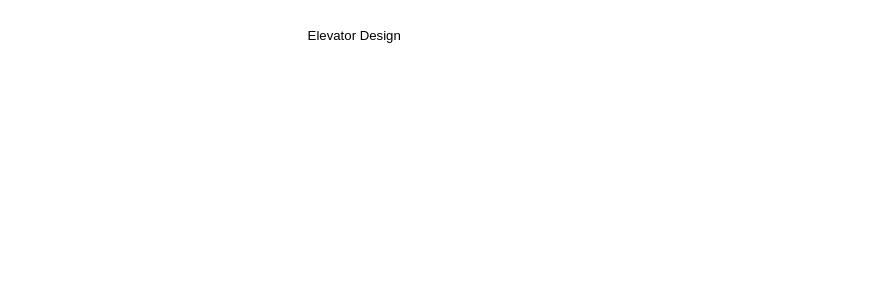
Above: Untitled Diagram.drawio in vennamurthy/elevator-desgin (draw.io), before the change. Source tidied: cells renumbered, new cells numbered last; positions are measured from the earlier drawing's top-left corner, leaving out a move shared by most shapes. Both pictures are drawn from the tidied source at 110%, with x=0, y=0 at pixel (272, 19). Pictures stored in the file or linked from it are replaced by grey dashed boxes.
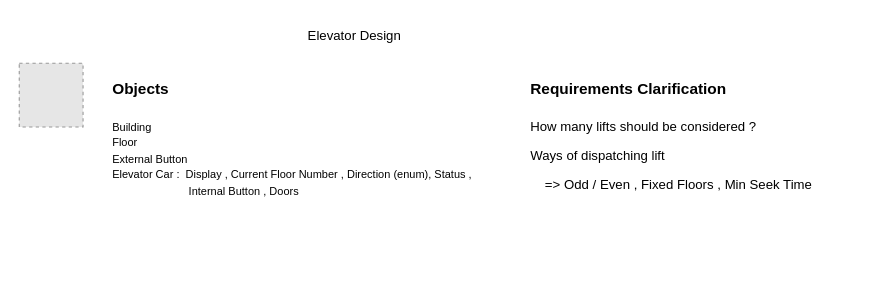
The same diagram, later.

Diff of the diagram source:
```diff
@@
 <mxGraphModel>
   <root>
     <mxCell id="0" />
     <mxCell id="1" parent="0" />
     <mxCell id="2" value="Elevator Design" style="text;html=1;strokeColor=none;fillColor=none;align=center;verticalAlign=middle;whiteSpace=wrap;rounded=0;" parent="1" vertex="1">
       <mxGeometry width="150" height="30" as="geometry" />
     </mxCell>
+    <mxCell id="3" style="fillColor=#E6E6E6;strokeColor=#999999;dashed=1;html=1;verticalAlign=top;verticalLabelPosition=bottom;labelBackgroundColor=#ffffff;" parent="1" vertex="1">
+      <mxGeometry x="-230" y="40" width="58" height="58" as="geometry" />
+    </mxCell>
+    <mxCell id="4" value="&lt;h1&gt;&lt;font style=&quot;font-size: 14px;&quot;&gt;Requirements Clarification&lt;/font&gt;&lt;/h1&gt;&lt;p&gt;How many lifts should be considered ?&lt;/p&gt;&lt;p&gt;Ways of dispatching lift&amp;nbsp;&lt;/p&gt;&lt;p&gt;&amp;nbsp; &amp;nbsp; =&amp;gt; Odd / Even , Fixed Floors ,&amp;nbsp;&lt;span style=&quot;background-color: initial;&quot;&gt;Min Seek Time&lt;/span&gt;&lt;/p&gt;&lt;p&gt;&amp;nbsp;&lt;/p&gt;&lt;p&gt;&lt;br&gt;&lt;/p&gt;&lt;p&gt;&lt;br&gt;&lt;/p&gt;" style="text;html=1;strokeColor=none;fillColor=none;spacing=5;spacingTop=-20;whiteSpace=wrap;overflow=hidden;rounded=0;" parent="1" vertex="1">
+      <mxGeometry x="230" y="40" width="310" height="200" as="geometry" />
+    </mxCell>
+    <mxCell id="5" value="&lt;h1&gt;&lt;span style=&quot;background-color: initial;&quot;&gt;&lt;font style=&quot;font-size: 14px;&quot;&gt;Objects&amp;nbsp;&lt;/font&gt;&lt;/span&gt;&lt;/h1&gt;&lt;div&gt;&lt;span style=&quot;background-color: initial;&quot;&gt;&lt;font style=&quot;font-size: 10px;&quot;&gt;Building&amp;nbsp;&lt;/font&gt;&lt;/span&gt;&lt;/div&gt;&lt;div&gt;&lt;span style=&quot;background-color: initial;&quot;&gt;&lt;font style=&quot;font-size: 10px;&quot;&gt;Floor&lt;/font&gt;&lt;/span&gt;&lt;/div&gt;&lt;div&gt;&lt;span style=&quot;background-color: initial;&quot;&gt;&lt;font style=&quot;font-size: 10px;&quot;&gt;External Button&lt;/font&gt;&lt;/span&gt;&lt;/div&gt;&lt;div&gt;&lt;span style=&quot;background-color: initial;&quot;&gt;&lt;font style=&quot;font-size: 10px;&quot;&gt;Elevator Car :&amp;nbsp; Display , Current Floor Number , Direction (enum), Status ,&amp;nbsp; &amp;nbsp; &amp;nbsp; &amp;nbsp; &amp;nbsp; &amp;nbsp; &amp;nbsp; &amp;nbsp; &amp;nbsp; &amp;nbsp; &amp;nbsp; &amp;nbsp; &amp;nbsp; &amp;nbsp; &amp;nbsp; &amp;nbsp;Internal Button , Doors&lt;/font&gt;&lt;/span&gt;&lt;/div&gt;&lt;div&gt;&lt;span style=&quot;background-color: initial;&quot;&gt;&lt;font style=&quot;font-size: 10px;&quot;&gt;&lt;br&gt;&lt;/font&gt;&lt;/span&gt;&lt;/div&gt;" style="text;html=1;strokeColor=none;fillColor=none;spacing=5;spacingTop=-20;whiteSpace=wrap;overflow=hidden;rounded=0;" parent="1" vertex="1">
+      <mxGeometry x="-150" y="40" width="350" height="130" as="geometry" />
+    </mxCell>
   </root>
 </mxGraphModel>
```
